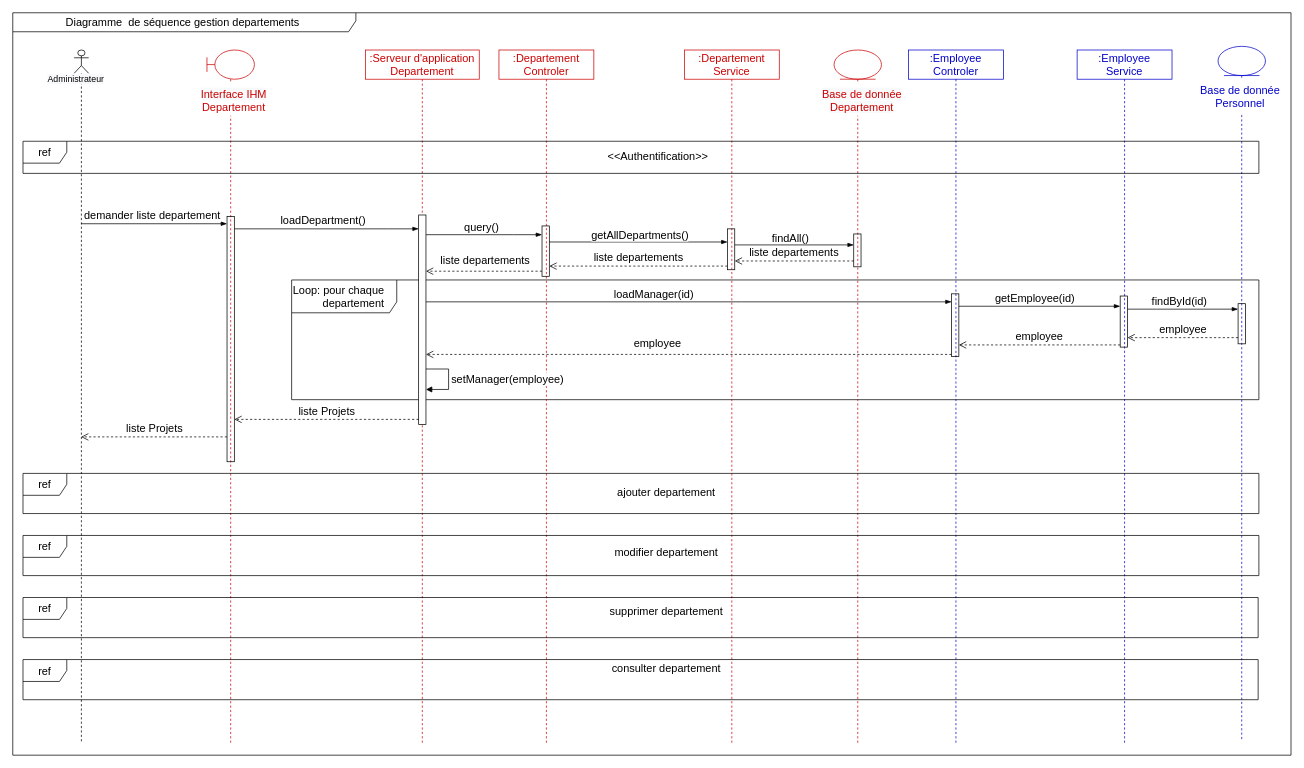
ZidiMedAmine/UML keeps this draw.io diagram as Department/DepartmentListDiagrammeSequence.drawio. Above is the earlier version. Source tidied: cells renumbered, new cells numbered last; positions are measured from the earlier drawing's top-left corner, leaving out a move shared by most shapes. Both pictures are drawn from the tidied source at 73%, with x=0, y=0 at pixel (12, 12).
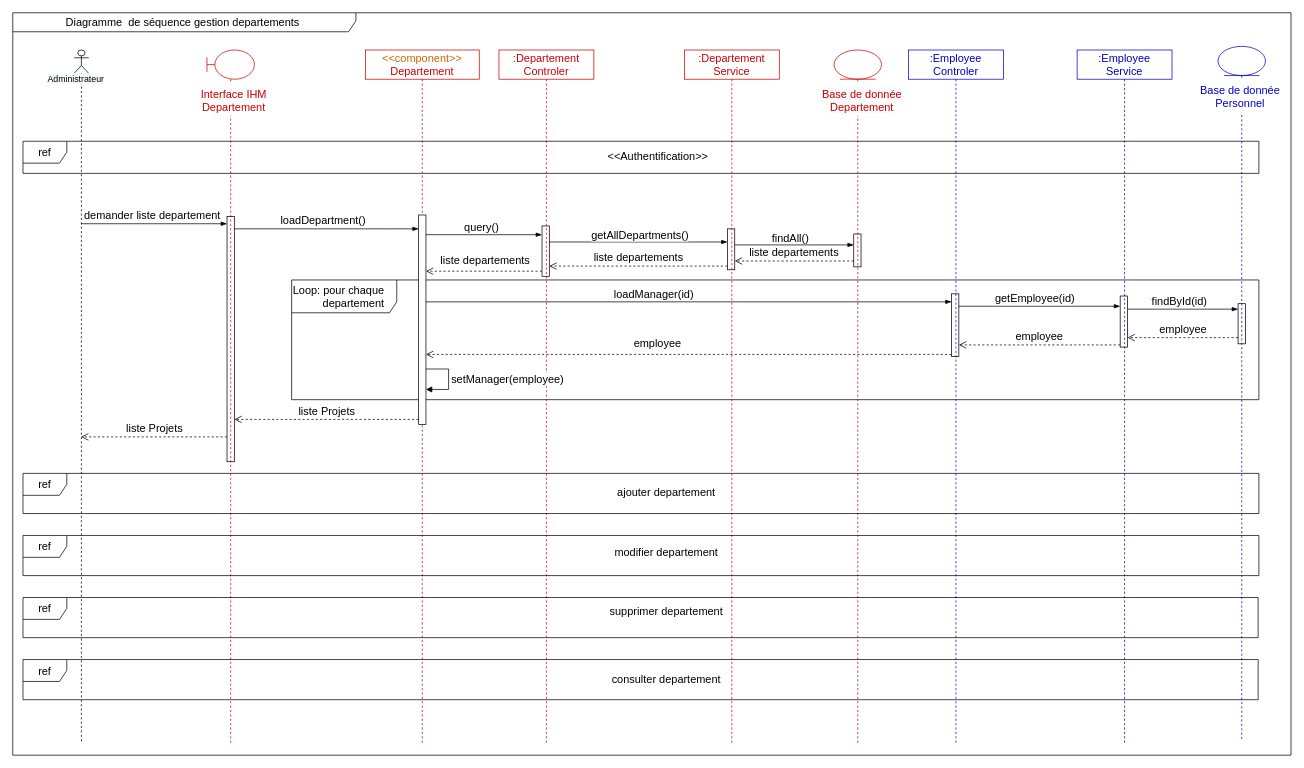
The same page after the edit.

Commit message:
Mettre à jour DepartmentListDiagrammeSequence.drawio

What changed in the source:
```diff
@@
-    <mxCell id="44" value=":Serveur d'application&lt;br&gt;Departement" style="shape=umlLifeline;perimeter=lifelinePerimeter;whiteSpace=wrap;html=1;rounded=0;shadow=0;glass=0;sketch=0;fillColor=none;fontSize=15;fontColor=#CC0000;strokeColor=#CC0000;" parent="1" vertex="1">
+    <mxCell id="44" value="&lt;span style=&quot;color: rgb(204, 102, 0);&quot;&gt;&amp;lt;&amp;lt;component&amp;gt;&amp;gt;&lt;/span&gt;&lt;br style=&quot;color: rgb(204, 102, 0);&quot;&gt;Departement" style="shape=umlLifeline;perimeter=lifelinePerimeter;whiteSpace=wrap;html=1;rounded=0;shadow=0;glass=0;sketch=0;fillColor=none;fontSize=15;fontColor=#CC0000;strokeColor=#CC0000;" parent="1" vertex="1">
       <mxGeometry x="483" y="51" width="156" height="950" as="geometry" />
     </mxCell>
@@
     <mxCell id="59" value="consulter departement" style="text;html=1;strokeColor=none;fillColor=none;align=center;verticalAlign=middle;whiteSpace=wrap;rounded=0;labelBackgroundColor=none;fontSize=15;fontColor=#000000;" parent="1" vertex="1">
-      <mxGeometry x="754" y="883" width="283" height="30" as="geometry" />
+      <mxGeometry x="754" y="897" width="283" height="30" as="geometry" />
     </mxCell>
```
